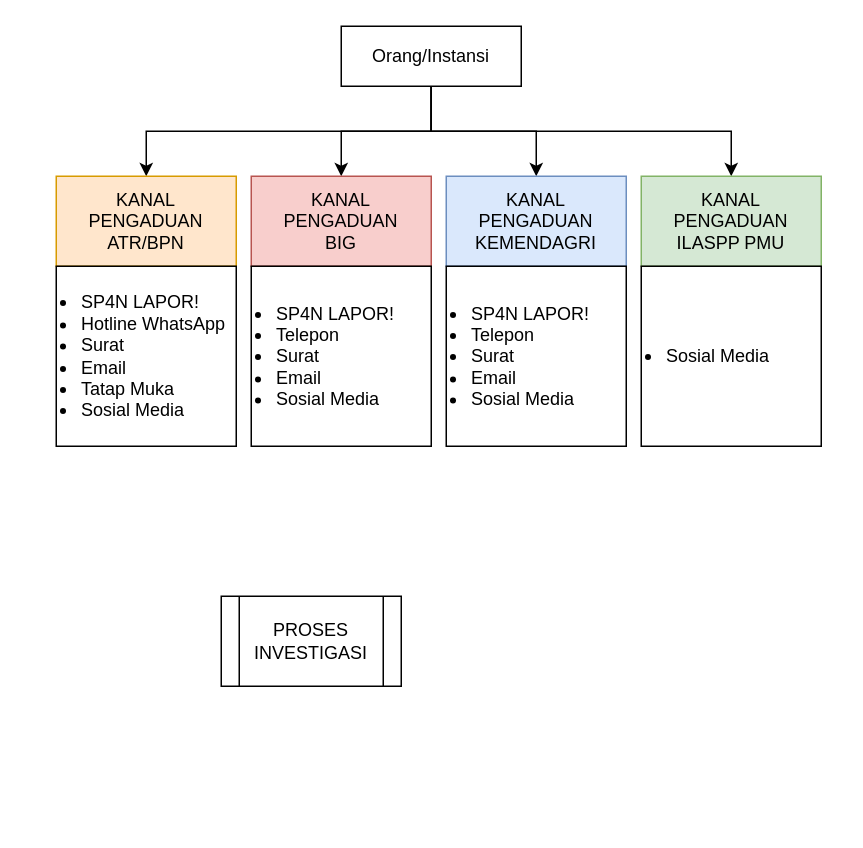
djadjoel/Flowchart-FGRM-ILASPP-PMU keeps this draw.io diagram as FGRM ILASPP PMU.drawio. Above is the earlier version. Source tidied: cells renumbered, new cells numbered last; positions are measured from the earlier drawing's top-left corner, leaving out a move shared by most shapes. Both pictures are drawn from the tidied source at 150%, with x=0, y=0 at pixel (56, 26).
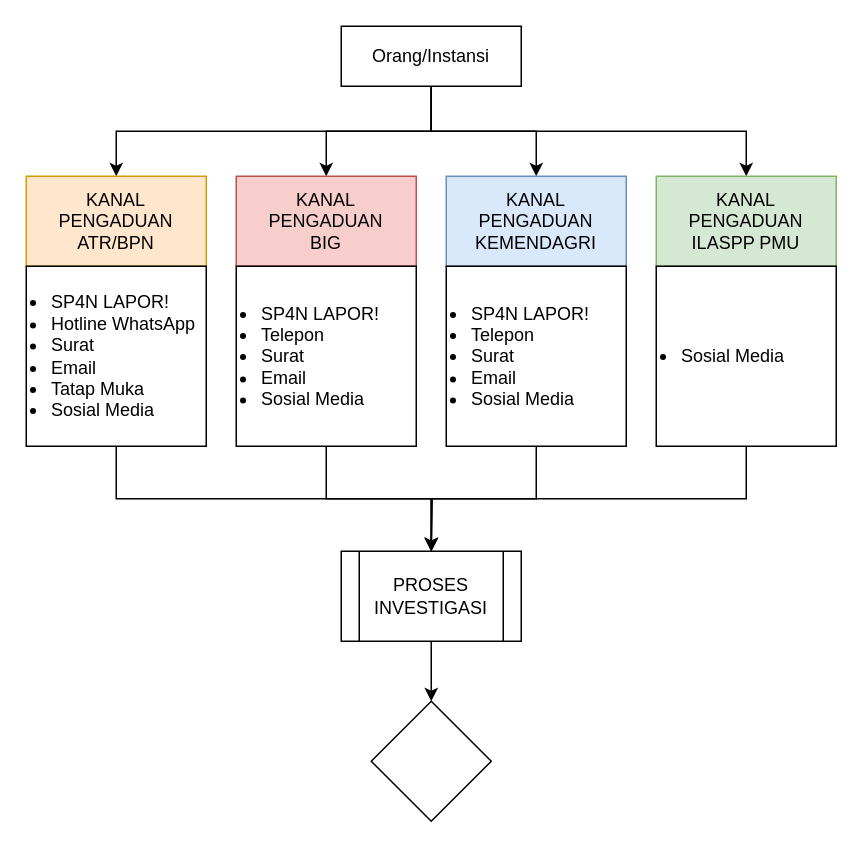
After the change.

The edit, as a diff of the source:
```diff
@@
+    <mxCell id="16" style="edgeStyle=orthogonalEdgeStyle;rounded=0;jettySize=auto;html=1;exitX=0.5;exitY=1;exitDx=0;exitDy=0;" parent="1" edge="1" source="6" target="25">
+      <mxGeometry relative="1" as="geometry" />
+    </mxCell>
     <mxCell id="6" value="PROSES INVESTIGASI" style="shape=process;whiteSpace=wrap;html=1;backgroundOutline=1;" parent="1" vertex="1">
-      <mxGeometry x="110" y="380" width="120" height="60" as="geometry" />
+      <mxGeometry x="190" y="350" width="120" height="60" as="geometry" />
     </mxCell>
@@
+    <mxCell id="17" style="group;" parent="1" vertex="1">
+      <mxGeometry x="-20" y="100" width="120" height="180" as="geometry" />
+    </mxCell>
-    <mxCell id="8" value="KANAL&lt;div&gt;PENGADUAN&lt;/div&gt;&lt;div&gt;ATR/BPN&lt;/div&gt;" style="rounded=0;whiteSpace=wrap;html=1;fillColor=#ffe6cc;strokeColor=#d79b00;" parent="1" vertex="1">
-      <mxGeometry y="100" width="120" height="60" as="geometry" />
+    <mxCell id="8" value="KANAL&lt;div&gt;PENGADUAN&lt;/div&gt;&lt;div&gt;ATR/BPN&lt;/div&gt;" style="rounded=0;whiteSpace=wrap;html=1;fillColor=#ffe6cc;strokeColor=#d79b00;" parent="17" vertex="1">
+      <mxGeometry width="120" height="60" as="geometry" />
     </mxCell>
+    <mxCell id="11" value="&lt;ul style=&quot;padding-left: 15px; padding-right: 0px;&quot;&gt;&lt;li&gt;SP4N LAPOR!&lt;/li&gt;&lt;li&gt;Hotline WhatsApp&lt;/li&gt;&lt;li&gt;Surat&lt;/li&gt;&lt;li&gt;Email&lt;/li&gt;&lt;li&gt;Tatap Muka&lt;/li&gt;&lt;li&gt;Sosial Media&lt;/li&gt;&lt;/ul&gt;" style="text;strokeColor=default;fillColor=none;html=1;whiteSpace=wrap;verticalAlign=middle;overflow=hidden;" parent="17" vertex="1">
+      <mxGeometry y="60" width="120" height="120" as="geometry" />
+    </mxCell>
+    <mxCell id="18" style="group;" parent="1" vertex="1">
+      <mxGeometry x="120" y="100" width="120" height="180" as="geometry" />
+    </mxCell>
-    <mxCell id="9" value="KANAL&lt;div&gt;PENGADUAN&lt;/div&gt;&lt;div&gt;BIG&lt;/div&gt;" style="rounded=0;whiteSpace=wrap;html=1;fillColor=#f8cecc;strokeColor=#b85450;" parent="1" vertex="1">
-      <mxGeometry x="130" y="100" width="120" height="60" as="geometry" />
+    <mxCell id="9" value="KANAL&lt;div&gt;PENGADUAN&lt;/div&gt;&lt;div&gt;BIG&lt;/div&gt;" style="rounded=0;whiteSpace=wrap;html=1;fillColor=#f8cecc;strokeColor=#b85450;" parent="18" vertex="1">
+      <mxGeometry width="120" height="60" as="geometry" />
     </mxCell>
+    <mxCell id="19" style="edgeStyle=orthogonalEdgeStyle;rounded=0;jettySize=auto;html=1;exitX=0.5;exitY=1;exitDx=0;exitDy=0;" parent="18" edge="1" source="12">
+      <mxGeometry relative="1" as="geometry">
+        <mxPoint x="130" y="250" as="targetPoint" />
+      </mxGeometry>
+    </mxCell>
+    <mxCell id="12" value="&lt;ul style=&quot;padding-left: 15px; padding-right: 0px;&quot;&gt;&lt;li&gt;SP4N LAPOR!&lt;/li&gt;&lt;li&gt;Telepon&lt;/li&gt;&lt;li&gt;Surat&lt;/li&gt;&lt;li&gt;Email&lt;/li&gt;&lt;li&gt;Sosial Media&lt;/li&gt;&lt;/ul&gt;" style="text;strokeColor=default;fillColor=none;html=1;whiteSpace=wrap;verticalAlign=middle;overflow=hidden;" parent="18" vertex="1">
+      <mxGeometry y="60" width="120" height="120" as="geometry" />
+    </mxCell>
+    <mxCell id="20" style="group;" parent="1" vertex="1">
+      <mxGeometry x="260" y="100" width="120" height="180" as="geometry" />
+    </mxCell>
-    <mxCell id="10" value="KANAL&lt;div&gt;PENGADUAN&lt;/div&gt;&lt;div&gt;KEMENDAGRI&lt;/div&gt;" style="rounded=0;whiteSpace=wrap;html=1;fillColor=#dae8fc;strokeColor=#6c8ebf;" parent="1" vertex="1">
-      <mxGeometry x="260" y="100" width="120" height="60" as="geometry" />
+    <mxCell id="10" value="KANAL&lt;div&gt;PENGADUAN&lt;/div&gt;&lt;div&gt;KEMENDAGRI&lt;/div&gt;" style="rounded=0;whiteSpace=wrap;html=1;fillColor=#dae8fc;strokeColor=#6c8ebf;" parent="20" vertex="1">
+      <mxGeometry width="120" height="60" as="geometry" />
     </mxCell>
-    <mxCell id="11" value="&lt;ul style=&quot;padding-left: 15px; padding-right: 0px;&quot;&gt;&lt;li&gt;SP4N LAPOR!&lt;/li&gt;&lt;li&gt;Hotline WhatsApp&lt;/li&gt;&lt;li&gt;Surat&lt;/li&gt;&lt;li&gt;Email&lt;/li&gt;&lt;li&gt;Tatap Muka&lt;/li&gt;&lt;li&gt;Sosial Media&lt;/li&gt;&lt;/ul&gt;" style="text;strokeColor=default;fillColor=none;html=1;whiteSpace=wrap;verticalAlign=middle;overflow=hidden;" parent="1" vertex="1">
-      <mxGeometry y="160" width="120" height="120" as="geometry" />
-    </mxCell>
-    <mxCell id="12" value="&lt;ul style=&quot;padding-left: 15px; padding-right: 0px;&quot;&gt;&lt;li&gt;SP4N LAPOR!&lt;/li&gt;&lt;li&gt;Telepon&lt;/li&gt;&lt;li&gt;Surat&lt;/li&gt;&lt;li&gt;Email&lt;/li&gt;&lt;li&gt;Sosial Media&lt;/li&gt;&lt;/ul&gt;" style="text;strokeColor=default;fillColor=none;html=1;whiteSpace=wrap;verticalAlign=middle;overflow=hidden;" parent="1" vertex="1">
-      <mxGeometry x="130" y="160" width="120" height="120" as="geometry" />
-    </mxCell>
+    <mxCell id="21" style="edgeStyle=orthogonalEdgeStyle;rounded=0;jettySize=auto;html=1;exitX=0.5;exitY=1;exitDx=0;exitDy=0;" parent="20" edge="1" source="13">
+      <mxGeometry relative="1" as="geometry">
+        <mxPoint x="-10" y="250" as="targetPoint" />
+      </mxGeometry>
+    </mxCell>
-    <mxCell id="13" value="&lt;ul style=&quot;padding-left: 15px; padding-right: 0px;&quot;&gt;&lt;li&gt;SP4N LAPOR!&lt;/li&gt;&lt;li&gt;Telepon&lt;/li&gt;&lt;li&gt;Surat&lt;/li&gt;&lt;li&gt;Email&lt;/li&gt;&lt;li&gt;Sosial Media&lt;/li&gt;&lt;/ul&gt;" style="text;strokeColor=default;fillColor=none;html=1;whiteSpace=wrap;verticalAlign=middle;overflow=hidden;" parent="1" vertex="1">
-      <mxGeometry x="260" y="160" width="120" height="120" as="geometry" />
+    <mxCell id="13" value="&lt;ul style=&quot;padding-left: 15px; padding-right: 0px;&quot;&gt;&lt;li&gt;SP4N LAPOR!&lt;/li&gt;&lt;li&gt;Telepon&lt;/li&gt;&lt;li&gt;Surat&lt;/li&gt;&lt;li&gt;Email&lt;/li&gt;&lt;li&gt;Sosial Media&lt;/li&gt;&lt;/ul&gt;" style="text;strokeColor=default;fillColor=none;html=1;whiteSpace=wrap;verticalAlign=middle;overflow=hidden;" parent="20" vertex="1">
+      <mxGeometry y="60" width="120" height="120" as="geometry" />
     </mxCell>
+    <mxCell id="22" style="group;" parent="1" vertex="1">
+      <mxGeometry x="400" y="100" width="120" height="180" as="geometry" />
+    </mxCell>
-    <mxCell id="14" value="KANAL&lt;div&gt;PENGADUAN&lt;/div&gt;&lt;div&gt;ILASPP PMU&lt;/div&gt;" style="rounded=0;whiteSpace=wrap;html=1;fillColor=#d5e8d4;strokeColor=#82b366;" parent="1" vertex="1">
-      <mxGeometry x="390" y="100" width="120" height="60" as="geometry" />
+    <mxCell id="14" value="KANAL&lt;div&gt;PENGADUAN&lt;/div&gt;&lt;div&gt;ILASPP PMU&lt;/div&gt;" style="rounded=0;whiteSpace=wrap;html=1;fillColor=#d5e8d4;strokeColor=#82b366;" parent="22" vertex="1">
+      <mxGeometry width="120" height="60" as="geometry" />
     </mxCell>
-    <mxCell id="15" value="&lt;ul style=&quot;padding-left: 15px; padding-right: 0px;&quot;&gt;&lt;li&gt;Sosial Media&lt;/li&gt;&lt;/ul&gt;" style="text;strokeColor=default;fillColor=none;html=1;whiteSpace=wrap;verticalAlign=middle;overflow=hidden;" parent="1" vertex="1">
-      <mxGeometry x="390" y="160" width="120" height="120" as="geometry" />
+    <mxCell id="15" value="&lt;ul style=&quot;padding-left: 15px; padding-right: 0px;&quot;&gt;&lt;li&gt;Sosial Media&lt;/li&gt;&lt;/ul&gt;" style="text;strokeColor=default;fillColor=none;html=1;whiteSpace=wrap;verticalAlign=middle;overflow=hidden;" parent="22" vertex="1">
+      <mxGeometry y="60" width="120" height="120" as="geometry" />
     </mxCell>
+    <mxCell id="23" style="edgeStyle=orthogonalEdgeStyle;rounded=0;jettySize=auto;html=1;exitX=0.5;exitY=1;exitDx=0;exitDy=0;entryX=0.5;entryY=0;entryDx=0;entryDy=0;" parent="1" edge="1" source="15" target="6">
+      <mxGeometry relative="1" as="geometry" />
+    </mxCell>
+    <mxCell id="24" style="edgeStyle=orthogonalEdgeStyle;rounded=0;jettySize=auto;html=1;exitX=0.5;exitY=1;exitDx=0;exitDy=0;" parent="1" edge="1" source="11" target="6">
+      <mxGeometry relative="1" as="geometry" />
+    </mxCell>
+    <mxCell id="25" style="rhombus;whiteSpace=wrap;html=1;" parent="1" vertex="1">
+      <mxGeometry x="210" y="450" width="80" height="80" as="geometry" />
+    </mxCell>
```
